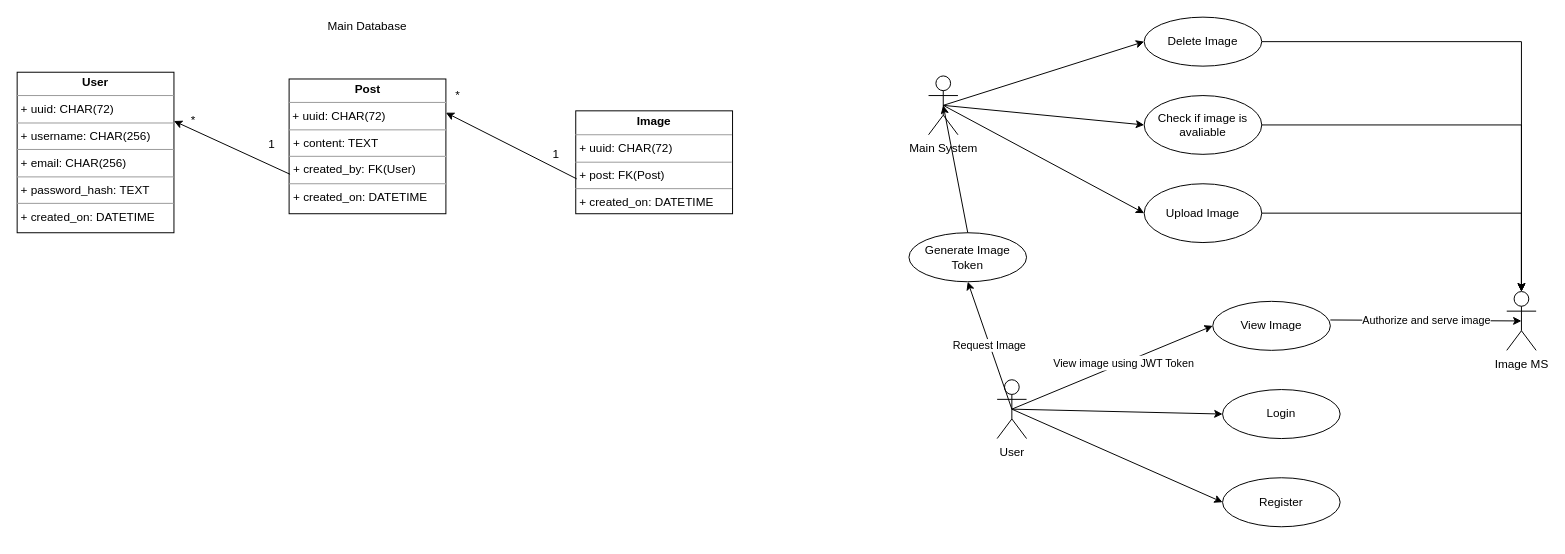
Earlier version of the draw.io diagram Untitled Diagram.drawio (jameelhamdan/image-server). Source tidied: cells renumbered, new cells numbered last; positions are measured from the earlier drawing's top-left corner, leaving out a move shared by most shapes. Both pictures are drawn from the tidied source at 98%, with x=0, y=0 at pixel (17, 17).
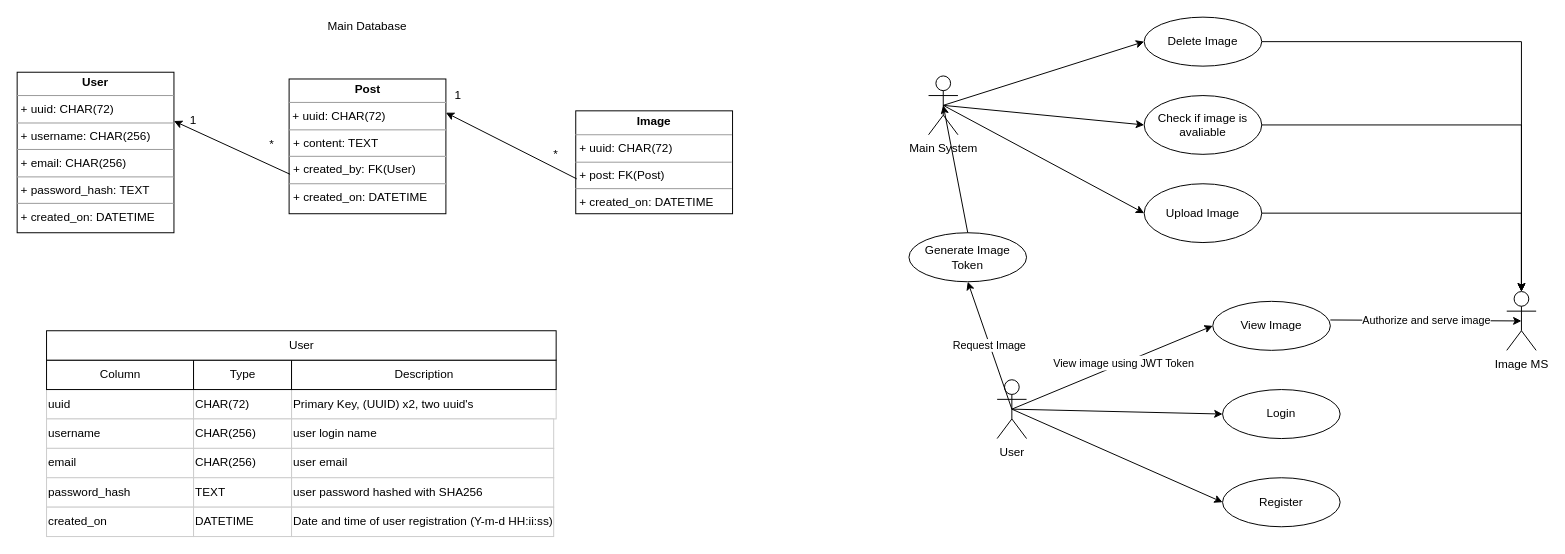
After the change.

Commit message:
Added Basic Data dictionary

Diff of the diagram source:
```diff
@@
-    <mxCell id="19" value="*" style="text;html=1;strokeColor=none;fillColor=none;align=center;verticalAlign=middle;whiteSpace=wrap;rounded=0;" parent="1" vertex="1">
+    <mxCell id="19" value="1" style="text;html=1;strokeColor=none;fillColor=none;align=center;verticalAlign=middle;whiteSpace=wrap;rounded=0;" parent="1" vertex="1">
       <mxGeometry x="430" y="70" width="40" height="20" as="geometry" />
     </mxCell>
-    <mxCell id="20" value="1" style="text;html=1;strokeColor=none;fillColor=none;align=center;verticalAlign=middle;whiteSpace=wrap;rounded=0;" parent="1" vertex="1">
+    <mxCell id="20" value="*" style="text;html=1;strokeColor=none;fillColor=none;align=center;verticalAlign=middle;whiteSpace=wrap;rounded=0;" parent="1" vertex="1">
       <mxGeometry x="530" y="130" width="40" height="20" as="geometry" />
     </mxCell>
-    <mxCell id="21" value="*" style="text;html=1;strokeColor=none;fillColor=none;align=center;verticalAlign=middle;whiteSpace=wrap;rounded=0;" parent="1" vertex="1">
+    <mxCell id="21" value="1" style="text;html=1;strokeColor=none;fillColor=none;align=center;verticalAlign=middle;whiteSpace=wrap;rounded=0;" parent="1" vertex="1">
       <mxGeometry x="160" y="96" width="40" height="20" as="geometry" />
     </mxCell>
-    <mxCell id="22" value="1" style="text;html=1;strokeColor=none;fillColor=none;align=center;verticalAlign=middle;whiteSpace=wrap;rounded=0;" parent="1" vertex="1">
+    <mxCell id="22" value="*" style="text;html=1;strokeColor=none;fillColor=none;align=center;verticalAlign=middle;whiteSpace=wrap;rounded=0;" parent="1" vertex="1">
       <mxGeometry x="240" y="120" width="40" height="20" as="geometry" />
     </mxCell>
@@
+    <mxCell id="35" style="group;" parent="1" vertex="1">
+      <mxGeometry x="30" y="360" width="520" height="50" as="geometry" />
+    </mxCell>
+    <mxCell id="36" value="Primary Key, (UUID) x2, two uuid's&amp;nbsp;" style="align=left;strokeColor=#CCCCCC;html=1;" parent="35" vertex="1">
+      <mxGeometry x="250" y="20" width="270" height="30" as="geometry" />
+    </mxCell>
+    <mxCell id="37" value="uuid" style="align=left;strokeColor=#CCCCCC;html=1;" parent="35" vertex="1">
+      <mxGeometry y="20" width="150" height="30" as="geometry" />
+    </mxCell>
+    <mxCell id="38" value="Column" style="strokeWidth=1;fontStyle=0;html=1;" parent="35" vertex="1">
+      <mxGeometry y="-10" width="150" height="30" as="geometry" />
+    </mxCell>
+    <mxCell id="39" value="CHAR(72)" style="align=left;strokeColor=#CCCCCC;html=1;" parent="35" vertex="1">
+      <mxGeometry x="150" y="20" width="100" height="30" as="geometry" />
+    </mxCell>
+    <mxCell id="40" value="Type" style="strokeWidth=1;fontStyle=0;html=1;" parent="35" vertex="1">
+      <mxGeometry x="150" y="-10" width="100" height="30" as="geometry" />
+    </mxCell>
+    <mxCell id="41" value="Description" style="strokeWidth=1;fontStyle=0;html=1;labelBorderColor=none;" parent="35" vertex="1">
+      <mxGeometry x="250" y="-10" width="270" height="30" as="geometry" />
+    </mxCell>
+    <mxCell id="42" value="user login name" style="align=left;strokeColor=#CCCCCC;html=1;" parent="1" vertex="1">
+      <mxGeometry x="280" y="410" width="267.5" height="30" as="geometry" />
+    </mxCell>
+    <mxCell id="43" value="username" style="align=left;strokeColor=#CCCCCC;html=1;" parent="1" vertex="1">
+      <mxGeometry x="30" y="410" width="150" height="30" as="geometry" />
+    </mxCell>
+    <mxCell id="44" value="CHAR(256)" style="align=left;strokeColor=#CCCCCC;html=1;" parent="1" vertex="1">
+      <mxGeometry x="180" y="410" width="100" height="30" as="geometry" />
+    </mxCell>
+    <mxCell id="45" value="User" style="strokeWidth=1;fontStyle=0;html=1;" parent="1" vertex="1">
+      <mxGeometry x="30" y="320" width="520" height="30" as="geometry" />
+    </mxCell>
+    <mxCell id="46" value="user email" style="align=left;strokeColor=#CCCCCC;html=1;" parent="1" vertex="1">
+      <mxGeometry x="280" y="440" width="267.5" height="30" as="geometry" />
+    </mxCell>
+    <mxCell id="47" value="CHAR(256)" style="align=left;strokeColor=#CCCCCC;html=1;" parent="1" vertex="1">
+      <mxGeometry x="180" y="440" width="100" height="30" as="geometry" />
+    </mxCell>
+    <mxCell id="48" value="email" style="align=left;strokeColor=#CCCCCC;html=1;" parent="1" vertex="1">
+      <mxGeometry x="30" y="440" width="150" height="30" as="geometry" />
+    </mxCell>
+    <mxCell id="49" value="user password hashed with SHA256" style="align=left;strokeColor=#CCCCCC;html=1;" parent="1" vertex="1">
+      <mxGeometry x="280" y="470" width="267.5" height="30" as="geometry" />
+    </mxCell>
+    <mxCell id="50" value="TEXT" style="align=left;strokeColor=#CCCCCC;html=1;" parent="1" vertex="1">
+      <mxGeometry x="180" y="470" width="100" height="30" as="geometry" />
+    </mxCell>
+    <mxCell id="51" value="password_hash" style="align=left;strokeColor=#CCCCCC;html=1;" parent="1" vertex="1">
+      <mxGeometry x="30" y="470" width="150" height="30" as="geometry" />
+    </mxCell>
+    <mxCell id="52" value="created_on" style="align=left;strokeColor=#CCCCCC;html=1;" parent="1" vertex="1">
+      <mxGeometry x="30" y="500" width="150" height="30" as="geometry" />
+    </mxCell>
+    <mxCell id="53" value="DATETIME" style="align=left;strokeColor=#CCCCCC;html=1;" parent="1" vertex="1">
+      <mxGeometry x="180" y="500" width="100" height="30" as="geometry" />
+    </mxCell>
+    <mxCell id="54" value="Date and time of user registration (Y-m-d HH:ii:ss)" style="align=left;strokeColor=#CCCCCC;html=1;" parent="1" vertex="1">
+      <mxGeometry x="280" y="500" width="267.5" height="30" as="geometry" />
+    </mxCell>
```
